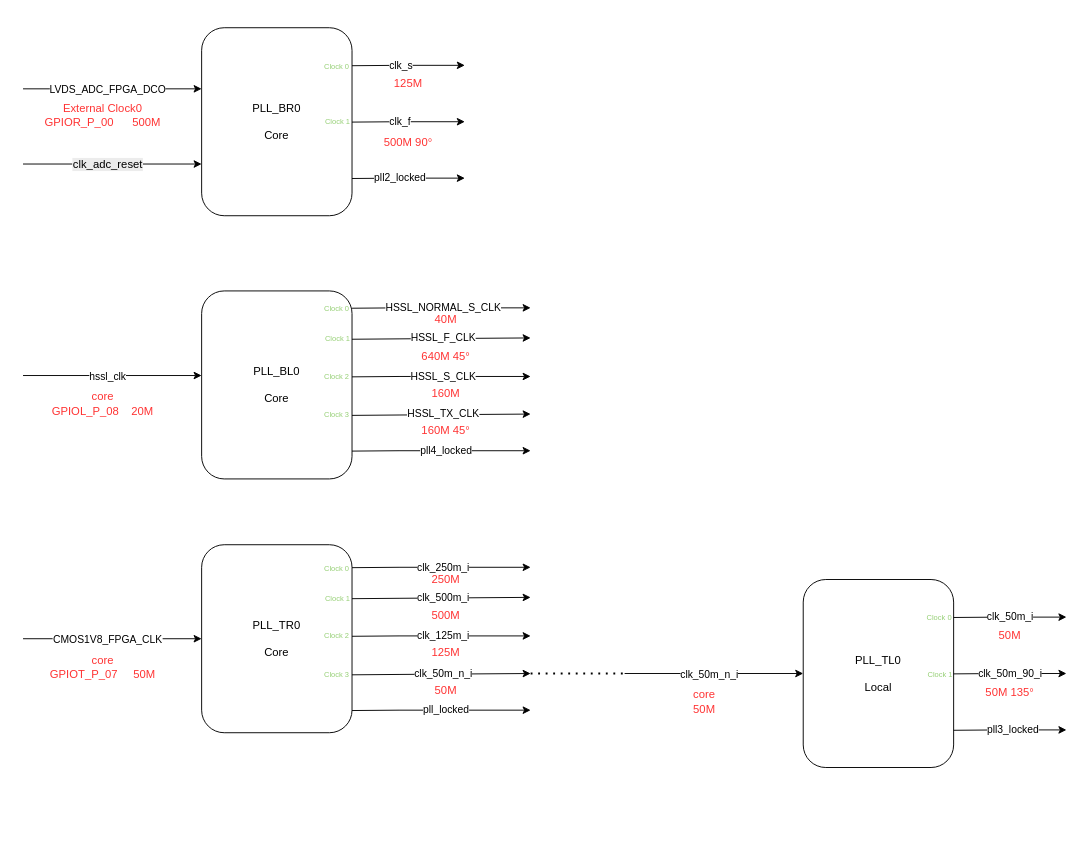
This is A11-100M-PLL.drawio from shenwangchong/learngit, a draw.io file, before an edit. Source tidied: cells renumbered, new cells numbered last; positions are measured from the earlier drawing's top-left corner, leaving out a move shared by most shapes. Both pictures are drawn from the tidied source at 94%, with x=0, y=0 at pixel (23, 27).
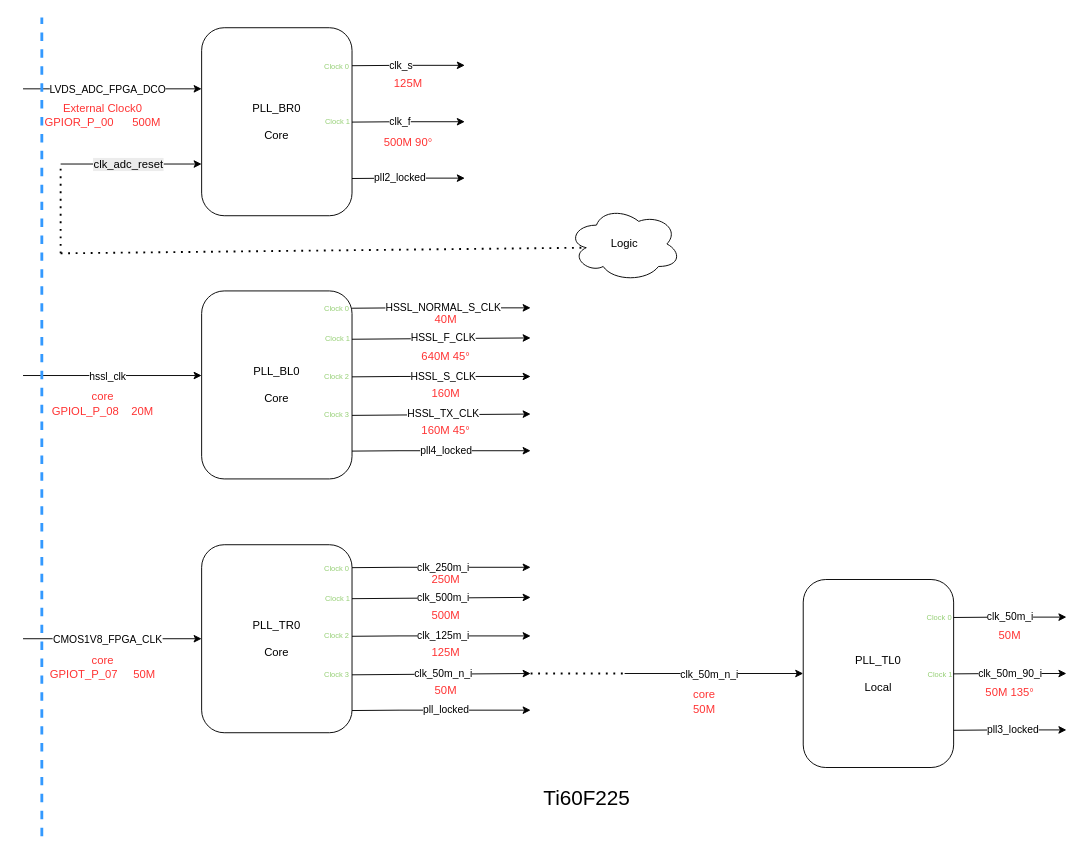
After the change.

Diff of the diagram source:
```diff
@@
     <mxCell id="15" style="endArrow=classic;html=1;rounded=0;" parent="1" edge="1">
       <mxGeometry relative="1" as="geometry">
-        <mxPoint y="145" as="sourcePoint" />
+        <mxPoint x="40" y="145" as="sourcePoint" />
         <mxPoint x="190" y="145" as="targetPoint" />
       </mxGeometry>
     </mxCell>
@@
+    <mxCell id="77" style="endArrow=none;dashed=1;html=1;rounded=0;strokeColor=#3399FF;strokeWidth=3;" parent="1" edge="1">
+      <mxGeometry relative="1" as="geometry">
+        <mxPoint x="20" y="860" as="sourcePoint" />
+        <mxPoint x="20" y="-11" as="targetPoint" />
+      </mxGeometry>
+    </mxCell>
+    <mxCell id="78" value="Logic" style="ellipse;shape=cloud;whiteSpace=wrap;html=1;" parent="1" vertex="1">
+      <mxGeometry x="580" y="190" width="120" height="80" as="geometry" />
+    </mxCell>
+    <mxCell id="79" style="endArrow=none;dashed=1;html=1;dashPattern=1 3;strokeWidth=2;rounded=0;entryX=0.16;entryY=0.55;entryDx=0;entryDy=0;entryPerimeter=0;" parent="1" edge="1" target="78">
+      <mxGeometry relative="1" as="geometry">
+        <mxPoint x="40" y="240" as="sourcePoint" />
+      </mxGeometry>
+    </mxCell>
+    <mxCell id="80" style="endArrow=none;dashed=1;html=1;dashPattern=1 3;strokeWidth=2;rounded=0;" parent="1" edge="1">
+      <mxGeometry relative="1" as="geometry">
+        <mxPoint x="40" y="240" as="sourcePoint" />
+        <mxPoint x="40" y="150" as="targetPoint" />
+      </mxGeometry>
+    </mxCell>
+    <mxCell id="81" value="&lt;font style=&quot;font-size: 22px;&quot;&gt;Ti60F225&lt;/font&gt;" style="text;html=1;whiteSpace=wrap;strokeColor=none;fillColor=none;align=center;verticalAlign=middle;rounded=0;" parent="1" vertex="1">
+      <mxGeometry x="520" y="799" width="160" height="41" as="geometry" />
+    </mxCell>
```
